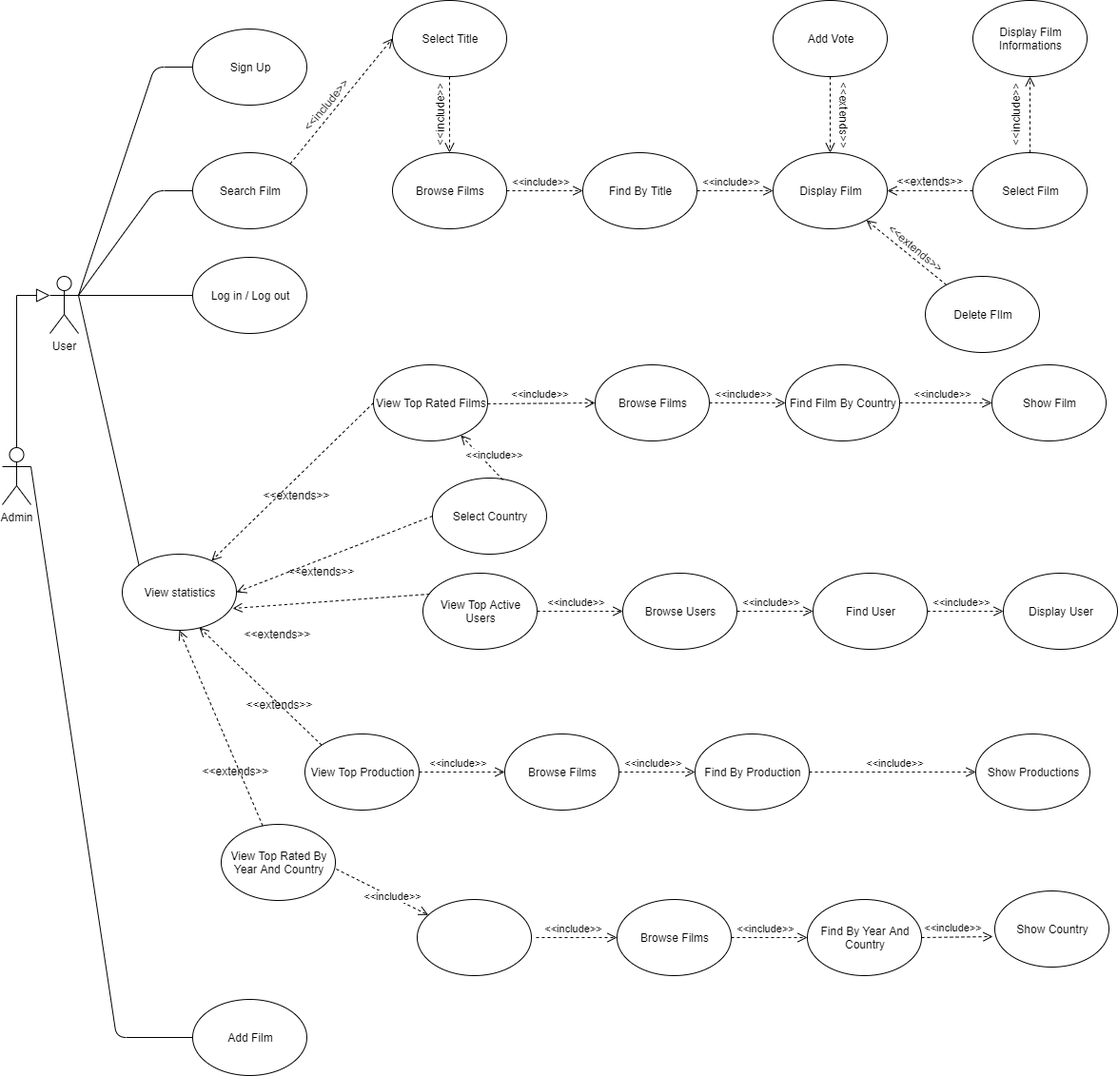
The draw.io diagram doc/images/diagrams/UseCase.png in Geghi/Task2, before a commit. Source tidied: cells renumbered, new cells last; positions are measured from the earlier drawing's top-left corner, leaving out a move shared by most shapes.
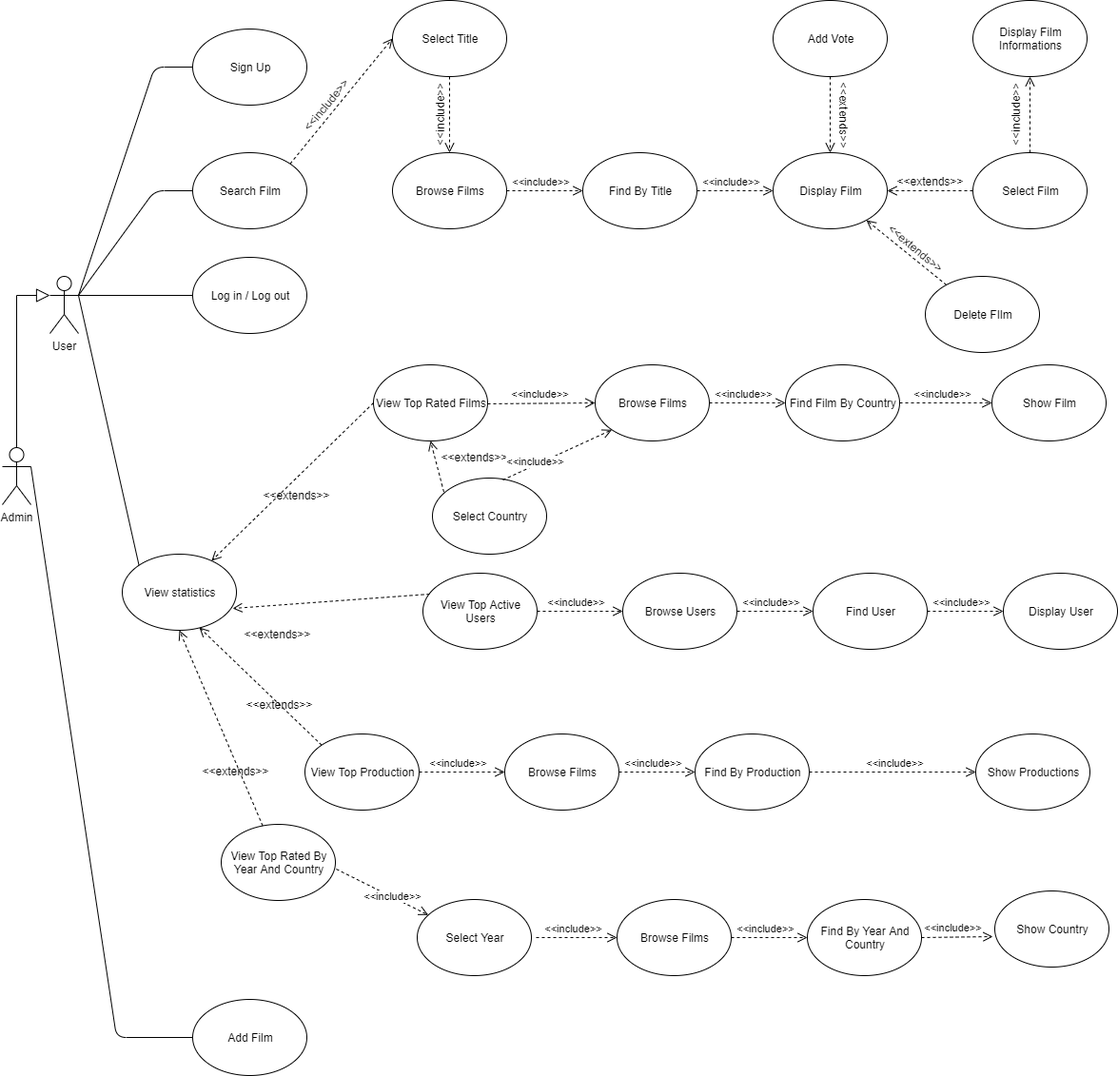
The same diagram one commit later.

Commit message:
updated use case diagram

Diff of the diagram source:
```diff
@@ -151,7 +151,7 @@
     <mxCell id="40" value="Select Country" style="ellipse;whiteSpace=wrap;html=1;" parent="1" vertex="1">
       <mxGeometry x="452" y="502" width="120" height="80" as="geometry" />
     </mxCell>
-    <mxCell id="41" style="html=1;verticalAlign=bottom;endArrow=open;dashed=1;endSize=8;strokeWidth=1;entryX=1;entryY=0.5;entryDx=0;entryDy=0;exitX=0;exitY=0.5;exitDx=0;exitDy=0;" parent="1" edge="1" source="40" target="64">
+    <mxCell id="41" style="html=1;verticalAlign=bottom;endArrow=open;dashed=1;endSize=8;strokeWidth=1;entryX=0.5;entryY=1;entryDx=0;entryDy=0;exitX=0.1;exitY=0.183;exitDx=0;exitDy=0;exitPerimeter=0;" parent="1" edge="1" source="40" target="8">
       <mxGeometry x="0.14" y="-10" relative="1" as="geometry">
         <mxPoint x="-10" y="-10" as="offset" />
       </mxGeometry>
@@ -217,7 +217,7 @@
         <mxPoint x="-10" y="-10" as="offset" />
       </mxGeometry>
     </mxCell>
-    <mxCell id="57" style="ellipse;whiteSpace=wrap;html=1;" parent="1" vertex="1">
+    <mxCell id="57" value="Select Year" style="ellipse;whiteSpace=wrap;html=1;" parent="1" vertex="1">
       <mxGeometry x="436" y="945" width="120" height="80" as="geometry" />
     </mxCell>
     <mxCell id="58" value="Browse Films" style="ellipse;whiteSpace=wrap;html=1;" parent="1" vertex="1">
@@ -270,7 +270,7 @@
       <mxGeometry x="-0.33" y="10" relative="1" as="geometry" />
     </mxCell>
     <mxCell id="72" value="&amp;lt;&amp;lt;extends&amp;gt;&amp;gt;" style="text;html=1;align=center;verticalAlign=middle;rotation=0;" parent="1" vertex="1">
-      <mxGeometry x="290" y="590" width="90" height="20" as="geometry" />
+      <mxGeometry x="451" y="470" width="90" height="20" as="geometry" />
     </mxCell>
     <mxCell id="73" value="View Top Rated By Year And Country" style="ellipse;whiteSpace=wrap;html=1;" parent="1" vertex="1">
       <mxGeometry x="230" y="866" width="120" height="80" as="geometry" />
@@ -280,7 +280,7 @@
         <mxPoint x="-10" y="-10" as="offset" />
       </mxGeometry>
     </mxCell>
-    <mxCell id="75" value="&amp;lt;&amp;lt;include&amp;gt;&amp;gt;" style="html=1;verticalAlign=bottom;endArrow=open;dashed=1;endSize=8;strokeWidth=1;exitX=0.617;exitY=0.025;exitDx=0;exitDy=0;exitPerimeter=0;" parent="1" edge="1" source="40" target="8">
+    <mxCell id="75" value="&amp;lt;&amp;lt;include&amp;gt;&amp;gt;" style="html=1;verticalAlign=bottom;endArrow=open;dashed=1;endSize=8;strokeWidth=1;exitX=0.617;exitY=0.025;exitDx=0;exitDy=0;exitPerimeter=0;entryX=0;entryY=1;entryDx=0;entryDy=0;" parent="1" edge="1" source="40" target="35">
       <mxGeometry x="-0.45" y="-5" relative="1" as="geometry" />
     </mxCell>
     <mxCell id="76" value="&amp;lt;&amp;lt;include&amp;gt;&amp;gt;" style="html=1;verticalAlign=bottom;endArrow=open;dashed=1;endSize=8;strokeWidth=1;exitX=1.008;exitY=0.588;exitDx=0;exitDy=0;exitPerimeter=0;" parent="1" edge="1" source="73" target="57">
```
